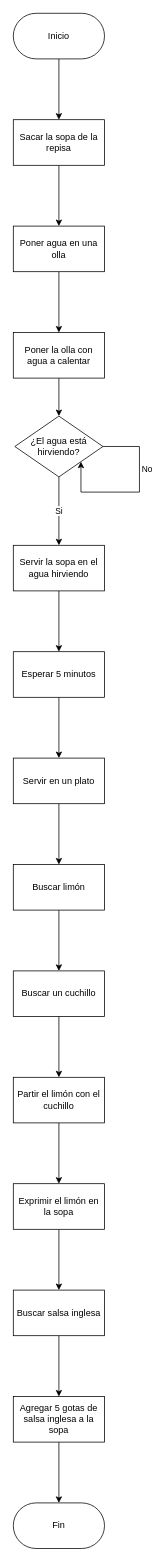
Earlier version of the draw.io diagram Reportes/Corto1/Graphics/Sopa.drawio (JARA99/LabSim2021). Source tidied: cells renumbered, new cells numbered last; positions are measured from the earlier drawing's top-left corner, leaving out a move shared by most shapes. Both pictures are drawn from the tidied source at 76%, with x=0, y=0 at pixel (13, 13).
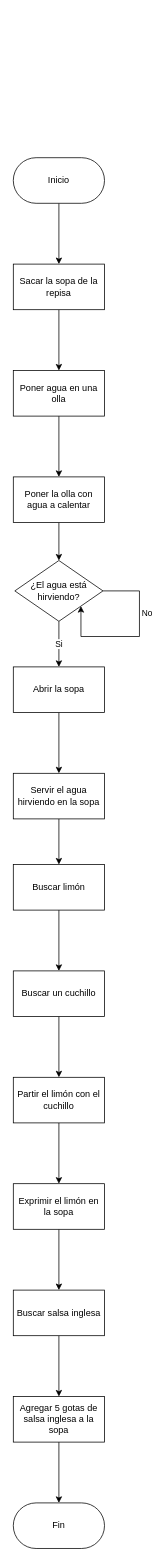
Above is the later version.

The change refers to these unchanged cells:
```xml
<mxCell id="20" value="Buscar limón" style="whiteSpace=wrap;html=1;rounded=1;arcSize=0;" parent="1" vertex="1">
  <mxGeometry y="1120" width="120" height="60" as="geometry" />
</mxCell>
```

The edit, as a diff of the source:
```diff
@@
     <mxCell id="3" value="Inicio" style="rounded=1;whiteSpace=wrap;html=1;arcSize=50;" parent="1" vertex="1">
-      <mxGeometry width="120" height="60" as="geometry" />
+      <mxGeometry y="190" width="120" height="60" as="geometry" />
     </mxCell>
@@
     <mxCell id="5" value="Sacar la sopa de la repisa" style="whiteSpace=wrap;html=1;rounded=1;arcSize=0;" parent="1" vertex="1">
-      <mxGeometry y="140" width="120" height="60" as="geometry" />
+      <mxGeometry y="330" width="120" height="60" as="geometry" />
     </mxCell>
@@
     <mxCell id="7" value="Poner agua en una olla" style="whiteSpace=wrap;html=1;rounded=1;arcSize=0;" parent="1" vertex="1">
-      <mxGeometry y="280" width="120" height="60" as="geometry" />
+      <mxGeometry y="470" width="120" height="60" as="geometry" />
     </mxCell>
@@
     <mxCell id="9" value="Poner la olla con agua a calentar" style="whiteSpace=wrap;html=1;rounded=1;arcSize=0;" parent="1" vertex="1">
-      <mxGeometry y="420" width="120" height="60" as="geometry" />
+      <mxGeometry y="610" width="120" height="60" as="geometry" />
     </mxCell>
-    <mxCell id="10" value="Si" style="edgeStyle=orthogonalEdgeStyle;rounded=0;jettySize=auto;html=1;" parent="1" edge="1" source="11" target="13">
+    <mxCell id="10" value="Si" style="edgeStyle=orthogonalEdgeStyle;rounded=0;jettySize=auto;html=1;" parent="1" edge="1" source="11" target="33">
       <mxGeometry relative="1" as="geometry" />
     </mxCell>
     <mxCell id="11" value="¿El agua está hirviendo?" style="rhombus;whiteSpace=wrap;html=1;rounded=1;arcSize=0;" parent="1" vertex="1">
-      <mxGeometry x="2" y="530" width="116" height="80" as="geometry" />
+      <mxGeometry x="2" y="720" width="116" height="80" as="geometry" />
     </mxCell>
-    <mxCell id="12" style="edgeStyle=orthogonalEdgeStyle;rounded=0;jettySize=auto;html=1;" parent="1" edge="1" source="13" target="15">
-      <mxGeometry relative="1" as="geometry" />
-    </mxCell>
-    <mxCell id="13" value="Servir la sopa en el agua hirviendo" style="whiteSpace=wrap;html=1;rounded=1;arcSize=0;" parent="1" vertex="1">
-      <mxGeometry y="700" width="120" height="60" as="geometry" />
-    </mxCell>
-    <mxCell id="14" style="edgeStyle=orthogonalEdgeStyle;rounded=0;jettySize=auto;html=1;" parent="1" edge="1" source="15" target="18">
-      <mxGeometry relative="1" as="geometry" />
-    </mxCell>
-    <mxCell id="15" value="Esperar 5 minutos" style="whiteSpace=wrap;html=1;rounded=1;arcSize=0;" parent="1" vertex="1">
-      <mxGeometry y="840" width="120" height="60" as="geometry" />
-    </mxCell>
     <mxCell id="16" value="No" style="edgeStyle=orthogonalEdgeStyle;rounded=0;orthogonalLoop=1;jettySize=auto;html=1;exitX=1;exitY=0.5;exitDx=0;exitDy=0;entryX=1;entryY=1;entryDx=0;entryDy=0;" parent="1" edge="1" source="11" target="11">
       <mxGeometry x="-0.31" y="10" relative="1" as="geometry">
         <Array as="points">
-          <mxPoint x="166" y="570" />
-          <mxPoint x="166" y="630" />
-          <mxPoint x="89" y="630" />
+          <mxPoint x="166" y="760" />
+          <mxPoint x="166" y="820" />
+          <mxPoint x="89" y="820" />
         </Array>
       </mxGeometry>
     </mxCell>
-    <mxCell id="17" style="edgeStyle=orthogonalEdgeStyle;rounded=0;jettySize=auto;html=1;" parent="1" edge="1" source="18" target="20">
-      <mxGeometry relative="1" as="geometry" />
-    </mxCell>
-    <mxCell id="18" value="Servir en un plato" style="whiteSpace=wrap;html=1;rounded=1;arcSize=0;" parent="1" vertex="1">
-      <mxGeometry y="980" width="120" height="60" as="geometry" />
-    </mxCell>
@@
+    <mxCell id="32" style="edgeStyle=orthogonalEdgeStyle;rounded=0;jettySize=auto;html=1;" parent="1" edge="1" source="33" target="35">
+      <mxGeometry relative="1" as="geometry" />
+    </mxCell>
+    <mxCell id="33" value="Abrir la sopa" style="rounded=0;whiteSpace=wrap;html=1;" parent="1" vertex="1">
+      <mxGeometry y="860" width="120" height="60" as="geometry" />
+    </mxCell>
+    <mxCell id="34" style="edgeStyle=orthogonalEdgeStyle;rounded=0;jettySize=auto;html=1;" parent="1" edge="1" source="35" target="20">
+      <mxGeometry relative="1" as="geometry" />
+    </mxCell>
+    <mxCell id="35" value="Servir el agua hirviendo en la sopa" style="whiteSpace=wrap;html=1;rounded=0;" parent="1" vertex="1">
+      <mxGeometry y="1000" width="120" height="60" as="geometry" />
+    </mxCell>
```
